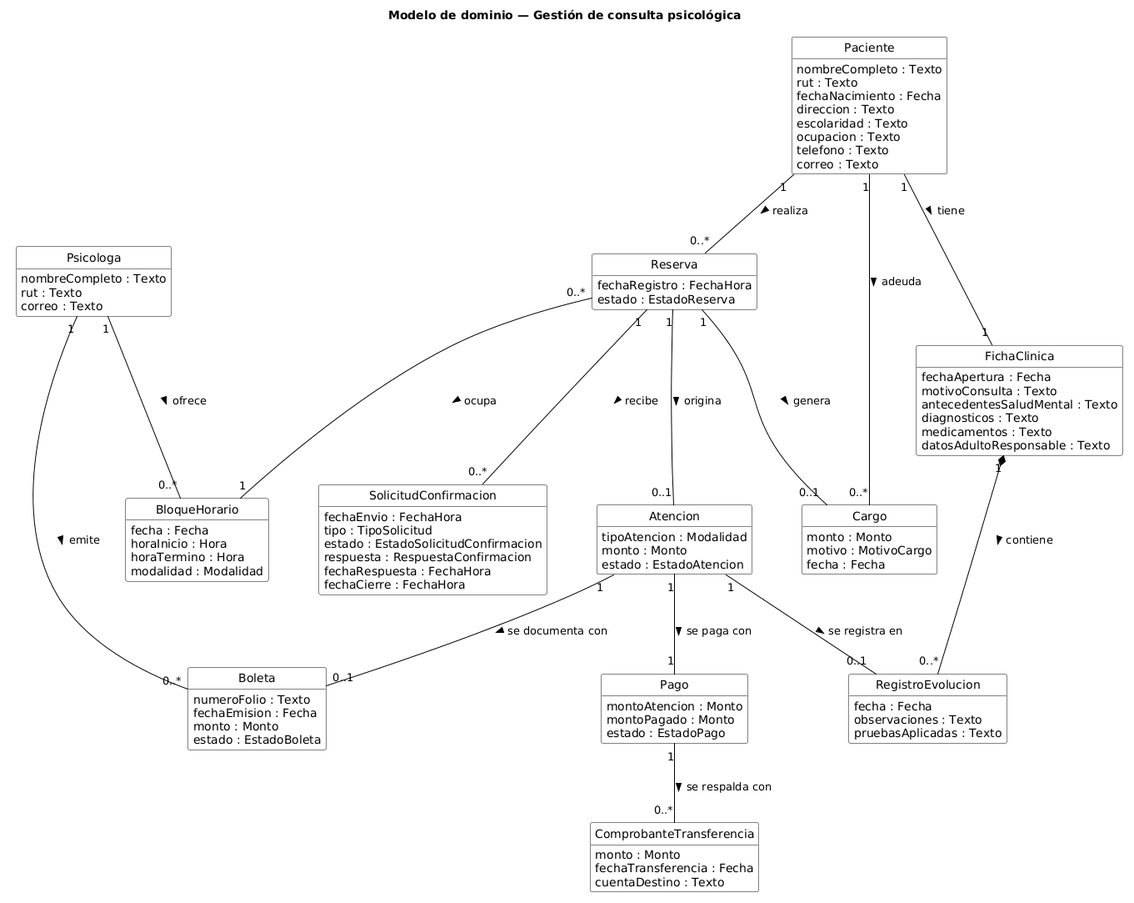
gestion-consulta-psicologica/ingenieria-requisitos keeps this PlantUML diagram as diagramas/modelo-dominio.png. Above is the earlier version. The source it was exported from:
```plantuml
@startuml modelo-dominio

skinparam classAttributeIconSize 0
skinparam shadowing false
skinparam nodesep 60
skinparam ranksep 70
skinparam class {
  BackgroundColor White
  BorderColor Black
  ArrowColor Black
}
hide empty methods
hide circle

title Modelo de dominio — Gestión de consulta psicológica

class Psicologa {
  nombreCompleto : Texto
  rut : Texto
  correo : Texto
}

class Paciente {
  nombreCompleto : Texto
  rut : Texto
  fechaNacimiento : Fecha
  direccion : Texto
  escolaridad : Texto
  ocupacion : Texto
  telefono : Texto
  correo : Texto
}

class BloqueHorario {
  fecha : Fecha
  horaInicio : Hora
  horaTermino : Hora
  modalidad : Modalidad
}

class Reserva {
  fechaRegistro : FechaHora
  estado : EstadoReserva
}

class SolicitudConfirmacion {
  fechaEnvio : FechaHora
  tipo : TipoSolicitud
  estado : EstadoSolicitudConfirmacion
  respuesta : RespuestaConfirmacion
  fechaRespuesta : FechaHora
  fechaCierre : FechaHora
}

class Atencion {
  tipoAtencion : Modalidad
  monto : Monto
  estado : EstadoAtencion
}

class Pago {
  montoAtencion : Monto
  montoPagado : Monto
  estado : EstadoPago
}

class ComprobanteTransferencia {
  monto : Monto
  fechaTransferencia : Fecha
  cuentaDestino : Texto
}

class Cargo {
  monto : Monto
  motivo : MotivoCargo
  fecha : Fecha
}

class Boleta {
  numeroFolio : Texto
  fechaEmision : Fecha
  monto : Monto
  estado : EstadoBoleta
}

class FichaClinica {
  fechaApertura : Fecha
  motivoConsulta : Texto
  antecedentesSaludMental : Texto
  diagnosticos : Texto
  medicamentos : Texto
  datosAdultoResponsable : Texto
}

class RegistroEvolucion {
  fecha : Fecha
  observaciones : Texto
  pruebasAplicadas : Texto
}

Psicologa "1" -- "0..*" BloqueHorario : ofrece >
Paciente "1" -- "0..*" Reserva : realiza >
Reserva "0..*" -- "1" BloqueHorario : ocupa >
Reserva "1" -- "0..*" SolicitudConfirmacion : recibe >
Reserva "1" -- "0..1" Atencion : origina >
Reserva "1" -- "0..1" Cargo : genera >
Paciente "1" -- "0..*" Cargo : adeuda >
Atencion "1" -- "1" Pago : se paga con >
Pago "1" -- "0..*" ComprobanteTransferencia : se respalda con >
Atencion "1" -- "0..1" Boleta : se documenta con >
Psicologa "1" -- "0..*" Boleta : emite >
Paciente "1" -- "1" FichaClinica : tiene >
FichaClinica "1" *-- "0..*" RegistroEvolucion : contiene >
Atencion "1" -- "0..1" RegistroEvolucion : se registra en >

@enduml
```
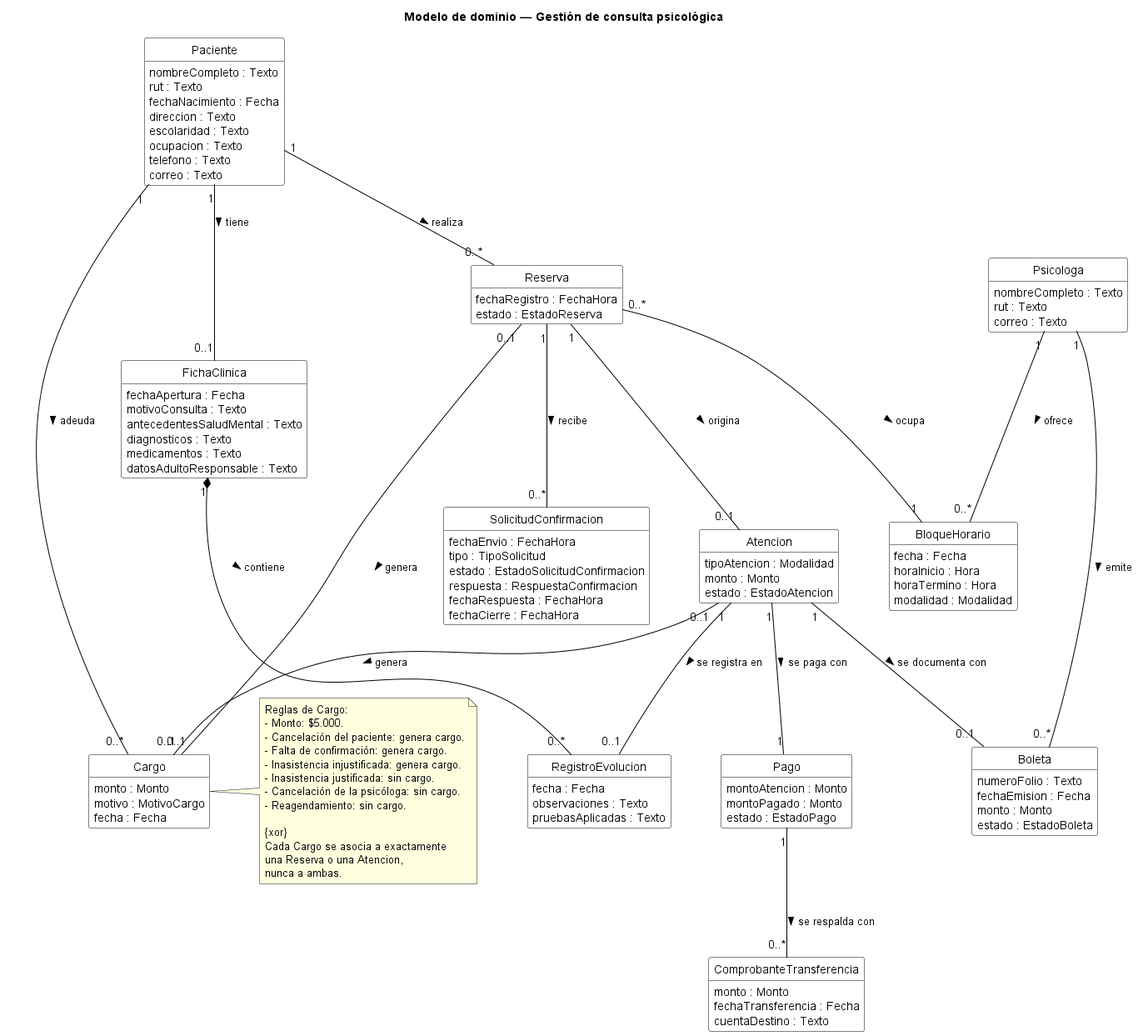
After the change.

What changed in the source:
```diff
@@ -103,13 +103,32 @@
 Reserva "0..*" -- "1" BloqueHorario : ocupa >
 Reserva "1" -- "0..*" SolicitudConfirmacion : recibe >
 Reserva "1" -- "0..1" Atencion : origina >
-Reserva "1" -- "0..1" Cargo : genera >
+
+Reserva "0..1" -- "0..1" Cargo : genera >
+Atencion "0..1" -- "0..1" Cargo : genera >
 Paciente "1" -- "0..*" Cargo : adeuda >
+
+note right of Cargo
+  Reglas de Cargo:
+  - Monto: $5.000.
+  - Cancelación del paciente: genera cargo.
+  - Falta de confirmación: genera cargo.
+  - Inasistencia injustificada: genera cargo.
+  - Inasistencia justificada: sin cargo.
+  - Cancelación de la psicóloga: sin cargo.
+  - Reagendamiento: sin cargo.
+
+  {xor}
+  Cada Cargo se asocia a exactamente
+  una Reserva o una Atencion,
+  nunca a ambas.
+end note
+
 Atencion "1" -- "1" Pago : se paga con >
 Pago "1" -- "0..*" ComprobanteTransferencia : se respalda con >
 Atencion "1" -- "0..1" Boleta : se documenta con >
 Psicologa "1" -- "0..*" Boleta : emite >
-Paciente "1" -- "1" FichaClinica : tiene >
+Paciente "1" -- "0..1" FichaClinica : tiene >
 FichaClinica "1" *-- "0..*" RegistroEvolucion : contiene >
 Atencion "1" -- "0..1" RegistroEvolucion : se registra en >
 
```
